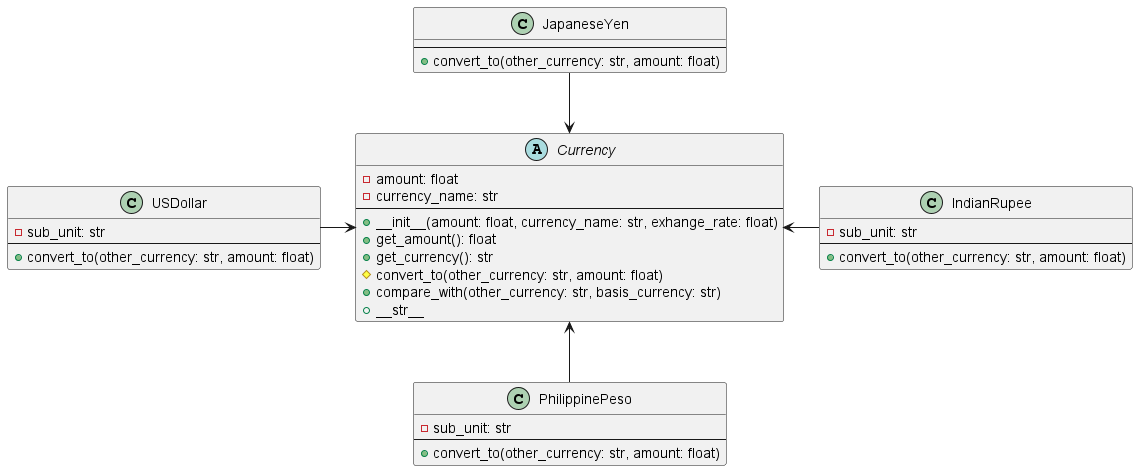
The PlantUML diagram UML-diagram/currency_uml.png in st-f4tima/CS121_LabAct3-4, before a commit. The source it was exported from:
```plantuml
@startuml currency_uml
abstract class Currency {
    - amount: float
    - currency_name: str
    ---
    + __init__(amount: float, currency_name: str, exhange_rate: float)
    + get_amount(): float
    + get_currency(): str
    # convert_to(other_currency: str, amount: float)
    + compare_with(other_currency: str, basis_currency: str)
    + __str__
}

class PhilippinePeso {
    - sub_unit: str
    ---
    + convert_to(other_currency: str, amount: float)
}

class JapaneseYen {
    ---
    + convert_to(other_currency: str, amount: float)
}

class USDollar {
    - sub_unit: str
    ---
    + convert_to(other_currency: str, amount: float)
}

class IndianRupee {
    - sub_unit: str
    ---
    + convert_to(other_currency: str, amount: float)
}

Currency <-down- PhilippinePeso
Currency <-up- JapaneseYen
Currency <-left- USDollar
Currency <-right- IndianRupee


@enduml
```
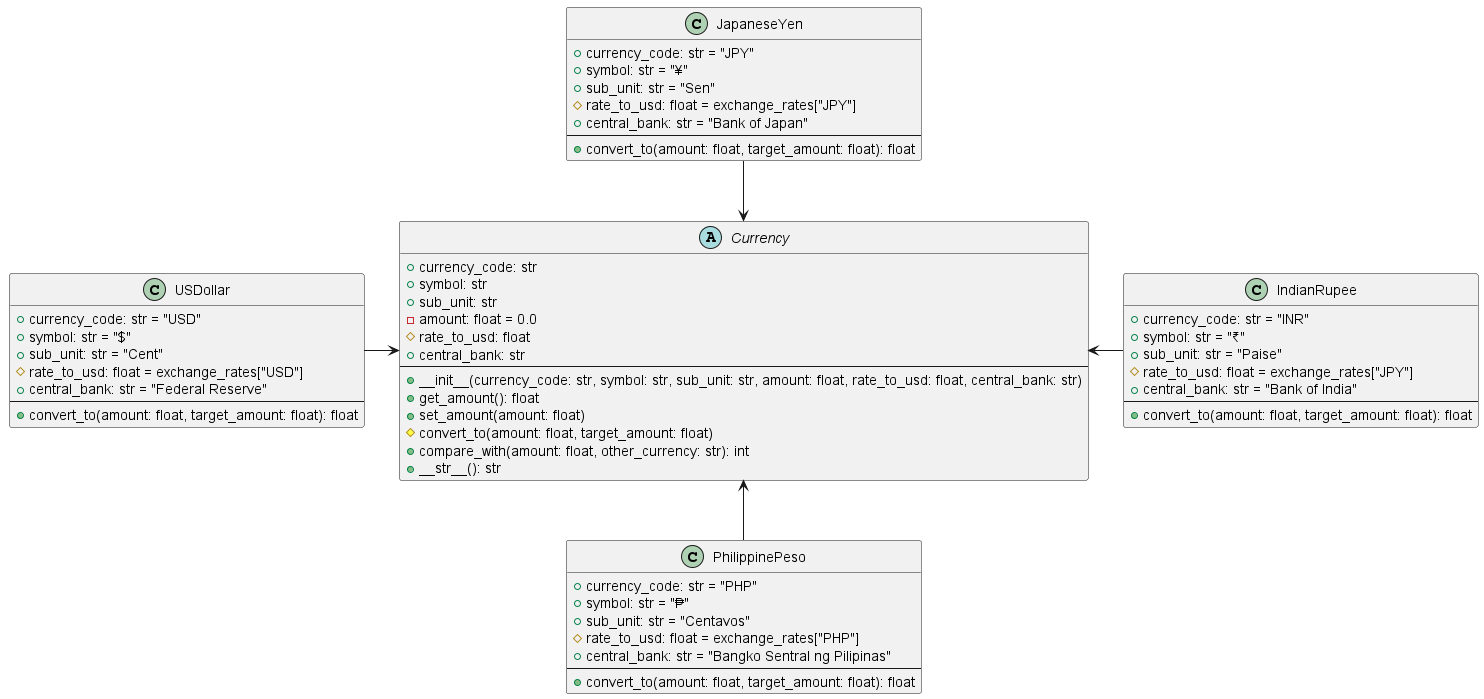
The same file after the commit.

Diff of the diagram source:
```diff
@@ -1,37 +1,59 @@
 @startuml currency_uml
+
 abstract class Currency {
-    - amount: float
-    - currency_name: str
+    + currency_code: str
+    + symbol: str
+    + sub_unit: str
+    - amount: float = 0.0
+    # rate_to_usd: float
+    + central_bank: str
     ---
-    + __init__(amount: float, currency_name: str, exhange_rate: float)
+    + __init__(currency_code: str, symbol: str, sub_unit: str, amount: float, rate_to_usd: float, central_bank: str)
     + get_amount(): float
-    + get_currency(): str
-    # convert_to(other_currency: str, amount: float)
-    + compare_with(other_currency: str, basis_currency: str)
-    + __str__
+    + set_amount(amount: float)
+    # convert_to(amount: float, target_amount: float)
+    + compare_with(amount: float, other_currency: str): int
+    + __str__(): str
 }
 
 class PhilippinePeso {
-    - sub_unit: str
+    + currency_code: str = "PHP"
+    + symbol: str = "₱"
+    + sub_unit: str = "Centavos"
+    # rate_to_usd: float = exchange_rates["PHP"]
+    + central_bank: str = "Bangko Sentral ng Pilipinas"
     ---
-    + convert_to(other_currency: str, amount: float)
+    + convert_to(amount: float, target_amount: float): float
 }
 
 class JapaneseYen {
+    + currency_code: str = "JPY"
+    + symbol: str = "¥"
+    + sub_unit: str = "Sen"
+    # rate_to_usd: float = exchange_rates["JPY"]
+    + central_bank: str = "Bank of Japan"
     ---
-    + convert_to(other_currency: str, amount: float)
+    + convert_to(amount: float, target_amount: float): float
 }
 
 class USDollar {
-    - sub_unit: str
+    + currency_code: str = "USD"
+    + symbol: str = "$"
+    + sub_unit: str = "Cent"
+    # rate_to_usd: float = exchange_rates["USD"]
+    + central_bank: str = "Federal Reserve"
     ---
-    + convert_to(other_currency: str, amount: float)
+    + convert_to(amount: float, target_amount: float): float
 }
 
 class IndianRupee {
-    - sub_unit: str
+    + currency_code: str = "INR"
+    + symbol: str = "₹"
+    + sub_unit: str = "Paise"
+    # rate_to_usd: float = exchange_rates["JPY"]
+    + central_bank: str = "Bank of India"
     ---
-    + convert_to(other_currency: str, amount: float)
+    + convert_to(amount: float, target_amount: float): float
 }
 
 Currency <-down- PhilippinePeso
@@ -39,5 +61,4 @@
 Currency <-left- USDollar
 Currency <-right- IndianRupee
 
-
 @enduml
```
